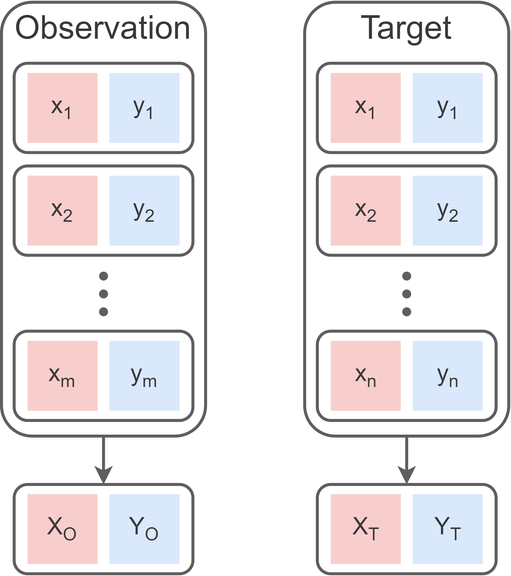
The draw.io diagram neural_process/data.png in toonnyy8/PPT, before a commit. Source tidied: cells renumbered, new cells last; positions are measured from the earlier drawing's top-left corner, leaving out a move shared by most shapes.
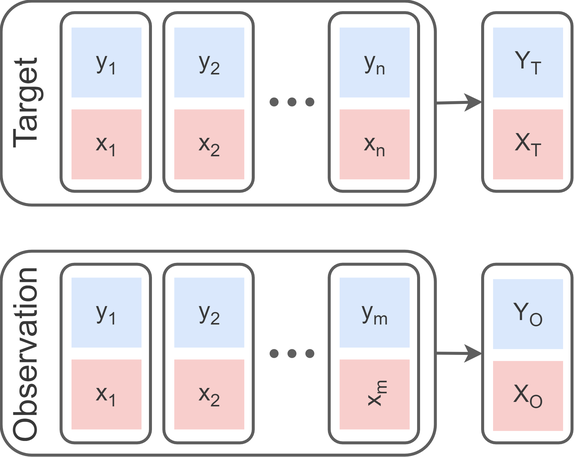
The same diagram one commit later.

Change to the diagram source:
```diff
@@ -2,152 +2,125 @@
   <root>
     <mxCell id="0" />
     <mxCell id="1" parent="0" />
-    <mxCell id="2" style="rounded=1;whiteSpace=wrap;html=1;strokeColor=#5E5E5E;strokeWidth=2;fontSize=16;fontColor=#383838;fillColor=none;" parent="1" vertex="1">
-      <mxGeometry x="0.5" width="137" height="291.5" as="geometry" />
+    <mxCell id="2" style="group;" parent="1" vertex="1">
+      <mxGeometry x="0.5" width="384" height="305" as="geometry" />
     </mxCell>
-    <mxCell id="3" value="Observation" style="text;strokeColor=none;fillColor=none;align=center;verticalAlign=middle;rounded=0;fontSize=22;fontColor=#383838;" parent="1" vertex="1">
-      <mxGeometry x="24" width="90" height="30" as="geometry" />
+    <mxCell id="3" style="rounded=1;whiteSpace=wrap;html=1;strokeColor=#5E5E5E;strokeWidth=2;fontSize=16;fontColor=#383838;fillColor=none;rotation=-90;" parent="2" vertex="1">
+      <mxGeometry x="78" y="90.8" width="137" height="291.5" as="geometry" />
     </mxCell>
-    <mxCell id="4" style="rounded=1;whiteSpace=wrap;html=1;strokeColor=#5E5E5E;strokeWidth=2;fontSize=16;fontColor=#383838;fillColor=none;" parent="1" vertex="1">
-      <mxGeometry x="204" width="137" height="291.5" as="geometry" />
+    <mxCell id="4" value="Observation" style="text;strokeColor=none;fillColor=none;align=center;verticalAlign=middle;rounded=0;fontSize=22;fontColor=#383838;rotation=-90;" parent="2" vertex="1">
+      <mxGeometry x="-30" y="221.8" width="90" height="30" as="geometry" />
     </mxCell>
-    <mxCell id="5" style="group;" parent="1" vertex="1">
-      <mxGeometry x="212.5" y="41" width="120" height="240" as="geometry" />
+    <mxCell id="5" style="rounded=1;whiteSpace=wrap;html=1;strokeColor=#5E5E5E;strokeWidth=2;fontSize=16;fontColor=#383838;fillColor=none;rotation=-90;" parent="2" vertex="1">
+      <mxGeometry x="78" y="-77.2" width="137" height="291.5" as="geometry" />
     </mxCell>
-    <mxCell id="6" style="group;strokeWidth=1;fontColor=#383838;" parent="5" vertex="1">
-      <mxGeometry x="40" y="123" width="40" height="64" as="geometry" />
+    <mxCell id="6" value="Target" style="text;strokeColor=none;fillColor=none;align=center;verticalAlign=middle;rounded=0;fontSize=22;fontColor=#383838;rotation=-90;" parent="2" vertex="1">
+      <mxGeometry x="-30" y="52.8" width="90" height="30" as="geometry" />
     </mxCell>
-    <mxCell id="7" style="shape=waypoint;sketch=0;fillStyle=solid;size=6;fillColor=none;perimeter=centerPerimeter;fontSize=16;strokeColor=#5E5E5E;strokeWidth=1;fontColor=#383838;" parent="6" vertex="1">
-      <mxGeometry width="40" height="40" as="geometry" />
+    <mxCell id="7" style="group;strokeWidth=1;fontColor=#383838;rotation=-90;" parent="2" vertex="1">
+      <mxGeometry x="176" y="204.8" width="40" height="64" as="geometry" />
     </mxCell>
-    <mxCell id="8" style="shape=waypoint;sketch=0;fillStyle=solid;size=6;fillColor=none;perimeter=centerPerimeter;fontSize=16;strokeColor=#5E5E5E;strokeWidth=1;fontColor=#383838;" parent="6" vertex="1">
-      <mxGeometry y="12" width="40" height="40" as="geometry" />
+    <mxCell id="8" style="shape=waypoint;sketch=0;fillStyle=solid;size=6;fillColor=none;perimeter=centerPerimeter;fontSize=16;strokeColor=#5E5E5E;strokeWidth=1;fontColor=#383838;rotation=-90;" parent="7" vertex="1">
+      <mxGeometry x="-12" y="12" width="40" height="40" as="geometry" />
     </mxCell>
-    <mxCell id="9" style="shape=waypoint;sketch=0;fillStyle=solid;size=6;fillColor=none;perimeter=centerPerimeter;fontSize=16;strokeColor=#5E5E5E;strokeWidth=1;fontColor=#383838;" parent="6" vertex="1">
-      <mxGeometry y="24" width="40" height="40" as="geometry" />
+    <mxCell id="9" style="shape=waypoint;sketch=0;fillStyle=solid;size=6;fillColor=none;perimeter=centerPerimeter;fontSize=16;strokeColor=#5E5E5E;strokeWidth=1;fontColor=#383838;rotation=-90;" parent="7" vertex="1">
+      <mxGeometry y="12" width="40" height="40" as="geometry" />
     </mxCell>
-    <mxCell id="10" style="rounded=1;whiteSpace=wrap;html=1;strokeColor=#5E5E5E;strokeWidth=2;fontSize=16;fontColor=#383838;fillColor=none;" parent="5" vertex="1">
-      <mxGeometry y="180" width="120" height="60" as="geometry" />
+    <mxCell id="10" style="shape=waypoint;sketch=0;fillStyle=solid;size=6;fillColor=none;perimeter=centerPerimeter;fontSize=16;strokeColor=#5E5E5E;strokeWidth=1;fontColor=#383838;rotation=-90;" parent="7" vertex="1">
+      <mxGeometry x="12" y="12" width="40" height="40" as="geometry" />
     </mxCell>
-    <mxCell id="11" style="group;fontSize=16;fontColor=#383838;" parent="5" vertex="1">
-      <mxGeometry x="9" y="186.5" width="102" height="47" as="geometry" />
+    <mxCell id="11" style="rounded=1;whiteSpace=wrap;html=1;strokeColor=#5E5E5E;strokeWidth=2;fontSize=16;fontColor=#383838;fillColor=none;rotation=-90;" parent="2" vertex="1">
+      <mxGeometry x="191" y="206.8" width="120" height="60" as="geometry" />
     </mxCell>
-    <mxCell id="12" value="x&lt;sub&gt;&lt;font style=&quot;font-size: 12px&quot;&gt;n&lt;/font&gt;&lt;/sub&gt;" style="whiteSpace=wrap;html=1;strokeColor=none;strokeWidth=2;fillColor=#f8cecc;fontSize=16;fontColor=#383838;" parent="11" vertex="1">
-      <mxGeometry width="47" height="47" as="geometry" />
+    <mxCell id="12" style="group;fontSize=16;fontColor=#383838;rotation=-90;" parent="2" vertex="1">
+      <mxGeometry x="200" y="212.8" width="102" height="47" as="geometry" />
     </mxCell>
-    <mxCell id="13" value="y&lt;sub&gt;&lt;font style=&quot;font-size: 12px&quot;&gt;n&lt;/font&gt;&lt;/sub&gt;" style="whiteSpace=wrap;html=1;strokeColor=none;strokeWidth=2;fillColor=#dae8fc;fontSize=16;fontColor=#383838;" parent="11" vertex="1">
-      <mxGeometry x="55" width="47" height="47" as="geometry" />
+    <mxCell id="13" value="x&lt;sub&gt;&lt;font style=&quot;font-size: 12px&quot;&gt;m&lt;/font&gt;&lt;/sub&gt;" style="whiteSpace=wrap;html=1;strokeColor=none;strokeWidth=2;fillColor=#f8cecc;fontSize=16;fontColor=#383838;rotation=-90;" parent="12" vertex="1">
+      <mxGeometry x="28" y="28" width="47" height="47" as="geometry" />
     </mxCell>
-    <mxCell id="14" style="rounded=1;whiteSpace=wrap;html=1;strokeColor=#5E5E5E;strokeWidth=2;fontSize=16;fontColor=#383838;fillColor=none;" parent="5" vertex="1">
-      <mxGeometry y="69" width="120" height="60" as="geometry" />
+    <mxCell id="14" value="y&lt;sub&gt;&lt;font style=&quot;font-size: 12px&quot;&gt;m&lt;/font&gt;&lt;/sub&gt;" style="whiteSpace=wrap;html=1;strokeColor=none;strokeWidth=2;fillColor=#dae8fc;fontSize=16;fontColor=#383838;rotation=0;" parent="12" vertex="1">
+      <mxGeometry x="28" y="-27" width="47" height="47" as="geometry" />
     </mxCell>
-    <mxCell id="15" style="group;fontSize=16;fontColor=#383838;fillColor=none;" parent="5" vertex="1">
-      <mxGeometry x="9" y="75.5" width="102" height="47" as="geometry" />
+    <mxCell id="15" style="rounded=1;whiteSpace=wrap;html=1;strokeColor=#5E5E5E;strokeWidth=2;fontSize=16;fontColor=#383838;fillColor=none;rotation=-90;" parent="2" vertex="1">
+      <mxGeometry x="80" y="206.8" width="120" height="60" as="geometry" />
     </mxCell>
-    <mxCell id="16" value="x&lt;sub&gt;&lt;font style=&quot;font-size: 12px&quot;&gt;2&lt;/font&gt;&lt;/sub&gt;" style="whiteSpace=wrap;html=1;strokeColor=none;strokeWidth=2;fillColor=#f8cecc;fontSize=16;fontColor=#383838;" parent="15" vertex="1">
-      <mxGeometry width="47" height="47" as="geometry" />
+    <mxCell id="16" style="rounded=1;whiteSpace=wrap;html=1;strokeColor=#5E5E5E;strokeWidth=2;fontSize=16;fontColor=#383838;fillColor=none;rotation=-90;" parent="2" vertex="1">
+      <mxGeometry x="11" y="206.8" width="120" height="60" as="geometry" />
     </mxCell>
-    <mxCell id="17" value="y&lt;sub&gt;&lt;font style=&quot;font-size: 12px&quot;&gt;2&lt;/font&gt;&lt;/sub&gt;" style="whiteSpace=wrap;html=1;strokeColor=none;strokeWidth=2;fillColor=#dae8fc;fontSize=16;fontColor=#383838;" parent="15" vertex="1">
-      <mxGeometry x="55" width="47" height="47" as="geometry" />
+    <mxCell id="17" style="endArrow=classic;rounded=0;fontSize=12;fontColor=#383838;strokeColor=#5E5E5E;strokeWidth=2;exitX=0.5;exitY=1;exitDx=0;exitDy=0;entryX=0.5;entryY=0;entryDx=0;entryDy=0;" parent="2" edge="1" source="3" target="23">
+      <mxGeometry relative="1" as="geometry" />
     </mxCell>
-    <mxCell id="18" style="rounded=1;whiteSpace=wrap;html=1;strokeColor=#5E5E5E;strokeWidth=2;fontSize=16;fontColor=#383838;fillColor=none;" parent="5" vertex="1">
-      <mxGeometry width="120" height="60" as="geometry" />
+    <mxCell id="18" style="endArrow=classic;rounded=0;fontSize=12;fontColor=#383838;strokeColor=#5E5E5E;strokeWidth=2;exitX=0.5;exitY=1;exitDx=0;exitDy=0;entryX=0.5;entryY=0;entryDx=0;entryDy=0;" parent="2" edge="1" source="5" target="26">
+      <mxGeometry relative="1" as="geometry" />
     </mxCell>
-    <mxCell id="19" style="group;fontSize=16;fontColor=#383838;fillColor=none;" parent="5" vertex="1">
-      <mxGeometry x="9" y="6.5" width="102" height="47" as="geometry" />
+    <mxCell id="19" value="x&lt;sub&gt;&lt;font style=&quot;font-size: 12px&quot;&gt;1&lt;/font&gt;&lt;/sub&gt;" style="whiteSpace=wrap;html=1;strokeColor=none;strokeWidth=2;fillColor=#f8cecc;fontSize=16;fontColor=#383838;rotation=0;" parent="2" vertex="1">
+      <mxGeometry x="48" y="240.8" width="47" height="47" as="geometry" />
     </mxCell>
-    <mxCell id="20" value="x&lt;sub&gt;&lt;font style=&quot;font-size: 12px&quot;&gt;1&lt;/font&gt;&lt;/sub&gt;" style="whiteSpace=wrap;html=1;strokeColor=none;strokeWidth=2;fillColor=#f8cecc;fontSize=16;fontColor=#383838;" parent="19" vertex="1">
-      <mxGeometry width="47" height="47" as="geometry" />
+    <mxCell id="20" value="y&lt;sub&gt;&lt;font style=&quot;font-size: 12px&quot;&gt;1&lt;/font&gt;&lt;/sub&gt;" style="whiteSpace=wrap;html=1;strokeColor=none;strokeWidth=2;fillColor=#dae8fc;fontSize=16;fontColor=#383838;rotation=0;" parent="2" vertex="1">
+      <mxGeometry x="48" y="185.8" width="47" height="47" as="geometry" />
     </mxCell>
-    <mxCell id="21" value="y&lt;sub&gt;&lt;font style=&quot;font-size: 12px&quot;&gt;1&lt;/font&gt;&lt;/sub&gt;" style="whiteSpace=wrap;html=1;strokeColor=none;strokeWidth=2;fillColor=#dae8fc;fontSize=16;fontColor=#383838;" parent="19" vertex="1">
-      <mxGeometry x="55" width="47" height="47" as="geometry" />
+    <mxCell id="21" value="x&lt;sub&gt;&lt;font style=&quot;font-size: 12px&quot;&gt;2&lt;/font&gt;&lt;/sub&gt;" style="whiteSpace=wrap;html=1;strokeColor=none;strokeWidth=2;fillColor=#f8cecc;fontSize=16;fontColor=#383838;rotation=0;" parent="2" vertex="1">
+      <mxGeometry x="117" y="240.8" width="47" height="47" as="geometry" />
     </mxCell>
-    <mxCell id="22" value="Target" style="text;strokeColor=none;fillColor=none;align=center;verticalAlign=middle;rounded=0;fontSize=22;fontColor=#383838;" parent="1" vertex="1">
-      <mxGeometry x="227.5" width="90" height="30" as="geometry" />
+    <mxCell id="22" value="y&lt;sub&gt;&lt;font style=&quot;font-size: 12px&quot;&gt;2&lt;/font&gt;&lt;/sub&gt;" style="whiteSpace=wrap;html=1;strokeColor=none;strokeWidth=2;fillColor=#dae8fc;fontSize=16;fontColor=#383838;rotation=0;" parent="2" vertex="1">
+      <mxGeometry x="117" y="185.8" width="47" height="47" as="geometry" />
     </mxCell>
-    <mxCell id="23" style="group;strokeWidth=1;fontColor=#383838;" parent="1" vertex="1">
-      <mxGeometry x="49" y="164" width="40" height="64" as="geometry" />
+    <mxCell id="23" style="rounded=1;whiteSpace=wrap;html=1;strokeColor=#5E5E5E;strokeWidth=2;fontSize=16;fontColor=#383838;fillColor=none;rotation=-90;" parent="2" vertex="1">
+      <mxGeometry x="294" y="206.8" width="120" height="60" as="geometry" />
     </mxCell>
-    <mxCell id="24" style="shape=waypoint;sketch=0;fillStyle=solid;size=6;fillColor=none;perimeter=centerPerimeter;fontSize=16;strokeColor=#5E5E5E;strokeWidth=1;fontColor=#383838;" parent="23" vertex="1">
-      <mxGeometry width="40" height="40" as="geometry" />
+    <mxCell id="24" value="X&lt;sub&gt;&lt;font style=&quot;font-size: 12px&quot;&gt;O&lt;/font&gt;&lt;/sub&gt;" style="whiteSpace=wrap;html=1;strokeColor=none;strokeWidth=2;fillColor=#f8cecc;fontSize=16;fontColor=#383838;rotation=0;" parent="2" vertex="1">
+      <mxGeometry x="331" y="241.8" width="47" height="47" as="geometry" />
     </mxCell>
-    <mxCell id="25" style="shape=waypoint;sketch=0;fillStyle=solid;size=6;fillColor=none;perimeter=centerPerimeter;fontSize=16;strokeColor=#5E5E5E;strokeWidth=1;fontColor=#383838;" parent="23" vertex="1">
-      <mxGeometry y="12" width="40" height="40" as="geometry" />
+    <mxCell id="25" value="Y&lt;sub&gt;&lt;font style=&quot;font-size: 12px&quot;&gt;O&lt;/font&gt;&lt;/sub&gt;" style="whiteSpace=wrap;html=1;strokeColor=none;strokeWidth=2;fillColor=#dae8fc;fontSize=16;fontColor=#383838;rotation=0;" parent="2" vertex="1">
+      <mxGeometry x="331" y="186.8" width="47" height="47" as="geometry" />
     </mxCell>
-    <mxCell id="26" style="shape=waypoint;sketch=0;fillStyle=solid;size=6;points=[];fillColor=none;perimeter=centerPerimeter;snapToPoint=1;fontSize=16;strokeColor=#5E5E5E;strokeWidth=1;fontColor=#383838;" parent="23" vertex="1">
-      <mxGeometry y="24" width="40" height="40" as="geometry" />
+    <mxCell id="26" style="rounded=1;whiteSpace=wrap;html=1;strokeColor=#5E5E5E;strokeWidth=2;fontSize=16;fontColor=#383838;fillColor=none;rotation=-90;" parent="2" vertex="1">
+      <mxGeometry x="294" y="37.8" width="120" height="60" as="geometry" />
     </mxCell>
-    <mxCell id="27" style="rounded=1;whiteSpace=wrap;html=1;strokeColor=#5E5E5E;strokeWidth=2;fontSize=16;fontColor=#383838;fillColor=none;" parent="1" vertex="1">
-      <mxGeometry x="9" y="221" width="120" height="60" as="geometry" />
+    <mxCell id="27" value="X&lt;sub&gt;&lt;font style=&quot;font-size: 12px&quot;&gt;T&lt;/font&gt;&lt;/sub&gt;" style="whiteSpace=wrap;html=1;strokeColor=none;strokeWidth=2;fillColor=#f8cecc;fontSize=16;fontColor=#383838;rotation=0;direction=west;" parent="2" vertex="1">
+      <mxGeometry x="331" y="72.8" width="47" height="47" as="geometry" />
     </mxCell>
-    <mxCell id="28" style="group;fontSize=16;fontColor=#383838;" parent="1" vertex="1">
-      <mxGeometry x="18" y="227.5" width="102" height="47" as="geometry" />
+    <mxCell id="28" value="Y&lt;sub&gt;&lt;font style=&quot;font-size: 12px&quot;&gt;T&lt;/font&gt;&lt;/sub&gt;" style="whiteSpace=wrap;html=1;strokeColor=none;strokeWidth=2;fillColor=#dae8fc;fontSize=16;fontColor=#383838;rotation=0;direction=south;" parent="2" vertex="1">
+      <mxGeometry x="331" y="17.8" width="47" height="47" as="geometry" />
     </mxCell>
-    <mxCell id="29" value="x&lt;sub&gt;&lt;font style=&quot;font-size: 12px&quot;&gt;m&lt;/font&gt;&lt;/sub&gt;" style="whiteSpace=wrap;html=1;strokeColor=none;strokeWidth=2;fillColor=#f8cecc;fontSize=16;fontColor=#383838;" parent="28" vertex="1">
-      <mxGeometry width="47" height="47" as="geometry" />
+    <mxCell id="29" style="group;strokeWidth=1;fontColor=#383838;rotation=-90;" parent="2" vertex="1">
+      <mxGeometry x="176" y="35.8" width="40" height="64" as="geometry" />
     </mxCell>
-    <mxCell id="30" value="y&lt;sub&gt;&lt;font style=&quot;font-size: 12px&quot;&gt;m&lt;/font&gt;&lt;/sub&gt;" style="whiteSpace=wrap;html=1;strokeColor=none;strokeWidth=2;fillColor=#dae8fc;fontSize=16;fontColor=#383838;" parent="28" vertex="1">
-      <mxGeometry x="55" width="47" height="47" as="geometry" />
+    <mxCell id="30" style="shape=waypoint;sketch=0;fillStyle=solid;size=6;fillColor=none;perimeter=centerPerimeter;fontSize=16;strokeColor=#5E5E5E;strokeWidth=1;fontColor=#383838;rotation=-90;" parent="29" vertex="1">
+      <mxGeometry x="-12" y="12" width="40" height="40" as="geometry" />
     </mxCell>
-    <mxCell id="31" style="rounded=1;whiteSpace=wrap;html=1;strokeColor=#5E5E5E;strokeWidth=2;fontSize=16;fontColor=#383838;fillColor=none;" parent="1" vertex="1">
-      <mxGeometry x="9" y="110" width="120" height="60" as="geometry" />
+    <mxCell id="31" style="shape=waypoint;sketch=0;fillStyle=solid;size=6;fillColor=none;perimeter=centerPerimeter;fontSize=16;strokeColor=#5E5E5E;strokeWidth=1;fontColor=#383838;rotation=-90;" parent="29" vertex="1">
+      <mxGeometry y="12" width="40" height="40" as="geometry" />
     </mxCell>
-    <mxCell id="32" style="group;fontSize=16;fontColor=#383838;fillColor=none;" parent="1" vertex="1">
-      <mxGeometry x="18" y="116.5" width="102" height="47" as="geometry" />
+    <mxCell id="32" style="shape=waypoint;sketch=0;fillStyle=solid;size=6;fillColor=none;perimeter=centerPerimeter;fontSize=16;strokeColor=#5E5E5E;strokeWidth=1;fontColor=#383838;rotation=-90;" parent="29" vertex="1">
+      <mxGeometry x="12" y="12" width="40" height="40" as="geometry" />
     </mxCell>
-    <mxCell id="33" value="x&lt;sub&gt;&lt;font style=&quot;font-size: 12px&quot;&gt;2&lt;/font&gt;&lt;/sub&gt;" style="whiteSpace=wrap;html=1;strokeColor=none;strokeWidth=2;fillColor=#f8cecc;fontSize=16;fontColor=#383838;" parent="32" vertex="1">
-      <mxGeometry width="47" height="47" as="geometry" />
+    <mxCell id="33" style="rounded=1;whiteSpace=wrap;html=1;strokeColor=#5E5E5E;strokeWidth=2;fontSize=16;fontColor=#383838;fillColor=none;rotation=-90;" parent="2" vertex="1">
+      <mxGeometry x="191" y="37.8" width="120" height="60" as="geometry" />
     </mxCell>
-    <mxCell id="34" value="y&lt;sub&gt;&lt;font style=&quot;font-size: 12px&quot;&gt;2&lt;/font&gt;&lt;/sub&gt;" style="whiteSpace=wrap;html=1;strokeColor=none;strokeWidth=2;fillColor=#dae8fc;fontSize=16;fontColor=#383838;" parent="32" vertex="1">
-      <mxGeometry x="55" width="47" height="47" as="geometry" />
+    <mxCell id="34" style="rounded=1;whiteSpace=wrap;html=1;strokeColor=#5E5E5E;strokeWidth=2;fontSize=16;fontColor=#383838;fillColor=none;rotation=-90;" parent="2" vertex="1">
+      <mxGeometry x="80" y="37.8" width="120" height="60" as="geometry" />
     </mxCell>
-    <mxCell id="35" style="rounded=1;whiteSpace=wrap;html=1;strokeColor=#5E5E5E;strokeWidth=2;fontSize=16;fontColor=#383838;fillColor=none;" parent="1" vertex="1">
-      <mxGeometry x="9" y="41" width="120" height="60" as="geometry" />
+    <mxCell id="35" style="rounded=1;whiteSpace=wrap;html=1;strokeColor=#5E5E5E;strokeWidth=2;fontSize=16;fontColor=#383838;fillColor=none;rotation=-90;" parent="2" vertex="1">
+      <mxGeometry x="11" y="37.8" width="120" height="60" as="geometry" />
     </mxCell>
-    <mxCell id="36" style="group;fontSize=16;fontColor=#383838;fillColor=none;" parent="1" vertex="1">
-      <mxGeometry x="18" y="47.5" width="102" height="47" as="geometry" />
+    <mxCell id="36" value="x&lt;sub&gt;&lt;font style=&quot;font-size: 12px&quot;&gt;n&lt;/font&gt;&lt;/sub&gt;" style="whiteSpace=wrap;html=1;strokeColor=none;strokeWidth=2;fillColor=#f8cecc;fontSize=16;fontColor=#383838;rotation=0;" parent="2" vertex="1">
+      <mxGeometry x="228" y="72.8" width="47" height="47" as="geometry" />
     </mxCell>
-    <mxCell id="37" value="x&lt;sub&gt;&lt;font style=&quot;font-size: 12px&quot;&gt;1&lt;/font&gt;&lt;/sub&gt;" style="whiteSpace=wrap;html=1;strokeColor=none;strokeWidth=2;fillColor=#f8cecc;fontSize=16;fontColor=#383838;" parent="36" vertex="1">
-      <mxGeometry width="47" height="47" as="geometry" />
+    <mxCell id="37" value="y&lt;sub&gt;&lt;font style=&quot;font-size: 12px&quot;&gt;n&lt;/font&gt;&lt;/sub&gt;" style="whiteSpace=wrap;html=1;strokeColor=none;strokeWidth=2;fillColor=#dae8fc;fontSize=16;fontColor=#383838;rotation=0;" parent="2" vertex="1">
+      <mxGeometry x="228" y="17.8" width="47" height="47" as="geometry" />
     </mxCell>
-    <mxCell id="38" value="y&lt;sub&gt;&lt;font style=&quot;font-size: 12px&quot;&gt;1&lt;/font&gt;&lt;/sub&gt;" style="whiteSpace=wrap;html=1;strokeColor=none;strokeWidth=2;fillColor=#dae8fc;fontSize=16;fontColor=#383838;" parent="36" vertex="1">
-      <mxGeometry x="55" width="47" height="47" as="geometry" />
+    <mxCell id="38" value="x&lt;sub&gt;&lt;font style=&quot;font-size: 12px&quot;&gt;2&lt;/font&gt;&lt;/sub&gt;" style="whiteSpace=wrap;html=1;strokeColor=none;strokeWidth=2;fillColor=#f8cecc;fontSize=16;fontColor=#383838;rotation=0;" parent="2" vertex="1">
+      <mxGeometry x="117" y="72.8" width="47" height="47" as="geometry" />
     </mxCell>
-    <mxCell id="39" style="group;" parent="1" vertex="1">
-      <mxGeometry x="9" y="324" width="120" height="60" as="geometry" />
+    <mxCell id="39" value="y&lt;sub&gt;&lt;font style=&quot;font-size: 12px&quot;&gt;2&lt;/font&gt;&lt;/sub&gt;" style="whiteSpace=wrap;html=1;strokeColor=none;strokeWidth=2;fillColor=#dae8fc;fontSize=16;fontColor=#383838;rotation=0;" parent="2" vertex="1">
+      <mxGeometry x="117" y="17.8" width="47" height="47" as="geometry" />
     </mxCell>
-    <mxCell id="40" style="rounded=1;whiteSpace=wrap;html=1;strokeColor=#5E5E5E;strokeWidth=2;fontSize=16;fontColor=#383838;fillColor=none;" parent="39" vertex="1">
-      <mxGeometry width="120" height="60" as="geometry" />
+    <mxCell id="40" value="x&lt;sub&gt;&lt;font style=&quot;font-size: 12px&quot;&gt;1&lt;/font&gt;&lt;/sub&gt;" style="whiteSpace=wrap;html=1;strokeColor=none;strokeWidth=2;fillColor=#f8cecc;fontSize=16;fontColor=#383838;rotation=0;" parent="2" vertex="1">
+      <mxGeometry x="48" y="72.8" width="47" height="47" as="geometry" />
     </mxCell>
-    <mxCell id="41" style="group;fontSize=16;fontColor=#383838;" parent="39" vertex="1">
-      <mxGeometry x="9" y="6.5" width="102" height="47" as="geometry" />
+    <mxCell id="41" value="y&lt;sub&gt;&lt;font style=&quot;font-size: 12px&quot;&gt;1&lt;/font&gt;&lt;/sub&gt;" style="whiteSpace=wrap;html=1;strokeColor=none;strokeWidth=2;fillColor=#dae8fc;fontSize=16;fontColor=#383838;rotation=0;" parent="2" vertex="1">
+      <mxGeometry x="48" y="17.8" width="47" height="47" as="geometry" />
     </mxCell>
-    <mxCell id="42" value="X&lt;sub&gt;&lt;font style=&quot;font-size: 12px&quot;&gt;O&lt;/font&gt;&lt;/sub&gt;" style="whiteSpace=wrap;html=1;strokeColor=none;strokeWidth=2;fillColor=#f8cecc;fontSize=16;fontColor=#383838;" parent="41" vertex="1">
-      <mxGeometry width="47" height="47" as="geometry" />
-    </mxCell>
-    <mxCell id="43" value="Y&lt;sub&gt;&lt;font style=&quot;font-size: 12px&quot;&gt;O&lt;/font&gt;&lt;/sub&gt;" style="whiteSpace=wrap;html=1;strokeColor=none;strokeWidth=2;fillColor=#dae8fc;fontSize=16;fontColor=#383838;" parent="41" vertex="1">
-      <mxGeometry x="55" width="47" height="47" as="geometry" />
-    </mxCell>
-    <mxCell id="44" style="group;" parent="1" vertex="1">
-      <mxGeometry x="212.5" y="324" width="120" height="60" as="geometry" />
-    </mxCell>
-    <mxCell id="45" style="rounded=1;whiteSpace=wrap;html=1;strokeColor=#5E5E5E;strokeWidth=2;fontSize=16;fontColor=#383838;fillColor=none;" parent="44" vertex="1">
-      <mxGeometry width="120" height="60" as="geometry" />
-    </mxCell>
-    <mxCell id="46" style="group;fontSize=16;fontColor=#383838;" parent="44" vertex="1">
-      <mxGeometry x="9" y="6.5" width="102" height="47" as="geometry" />
-    </mxCell>
-    <mxCell id="47" value="X&lt;sub&gt;&lt;font style=&quot;font-size: 12px&quot;&gt;T&lt;/font&gt;&lt;/sub&gt;" style="whiteSpace=wrap;html=1;strokeColor=none;strokeWidth=2;fillColor=#f8cecc;fontSize=16;fontColor=#383838;" parent="46" vertex="1">
-      <mxGeometry width="47" height="47" as="geometry" />
-    </mxCell>
-    <mxCell id="48" value="Y&lt;sub&gt;&lt;font style=&quot;font-size: 12px&quot;&gt;T&lt;/font&gt;&lt;/sub&gt;" style="whiteSpace=wrap;html=1;strokeColor=none;strokeWidth=2;fillColor=#dae8fc;fontSize=16;fontColor=#383838;" parent="46" vertex="1">
-      <mxGeometry x="55" width="47" height="47" as="geometry" />
-    </mxCell>
-    <mxCell id="49" style="endArrow=classic;rounded=0;fontSize=12;fontColor=#383838;strokeColor=#5E5E5E;strokeWidth=2;exitX=0.5;exitY=1;exitDx=0;exitDy=0;entryX=0.5;entryY=0;entryDx=0;entryDy=0;" parent="1" edge="1" source="2" target="40">
-      <mxGeometry relative="1" as="geometry" />
-    </mxCell>
-    <mxCell id="50" style="endArrow=classic;rounded=0;fontSize=12;fontColor=#383838;strokeColor=#5E5E5E;strokeWidth=2;exitX=0.5;exitY=1;exitDx=0;exitDy=0;entryX=0.5;entryY=0;entryDx=0;entryDy=0;" parent="1" edge="1" source="4" target="45">
-      <mxGeometry relative="1" as="geometry" />
-    </mxCell>
   </root>
 </mxGraphModel>
```
